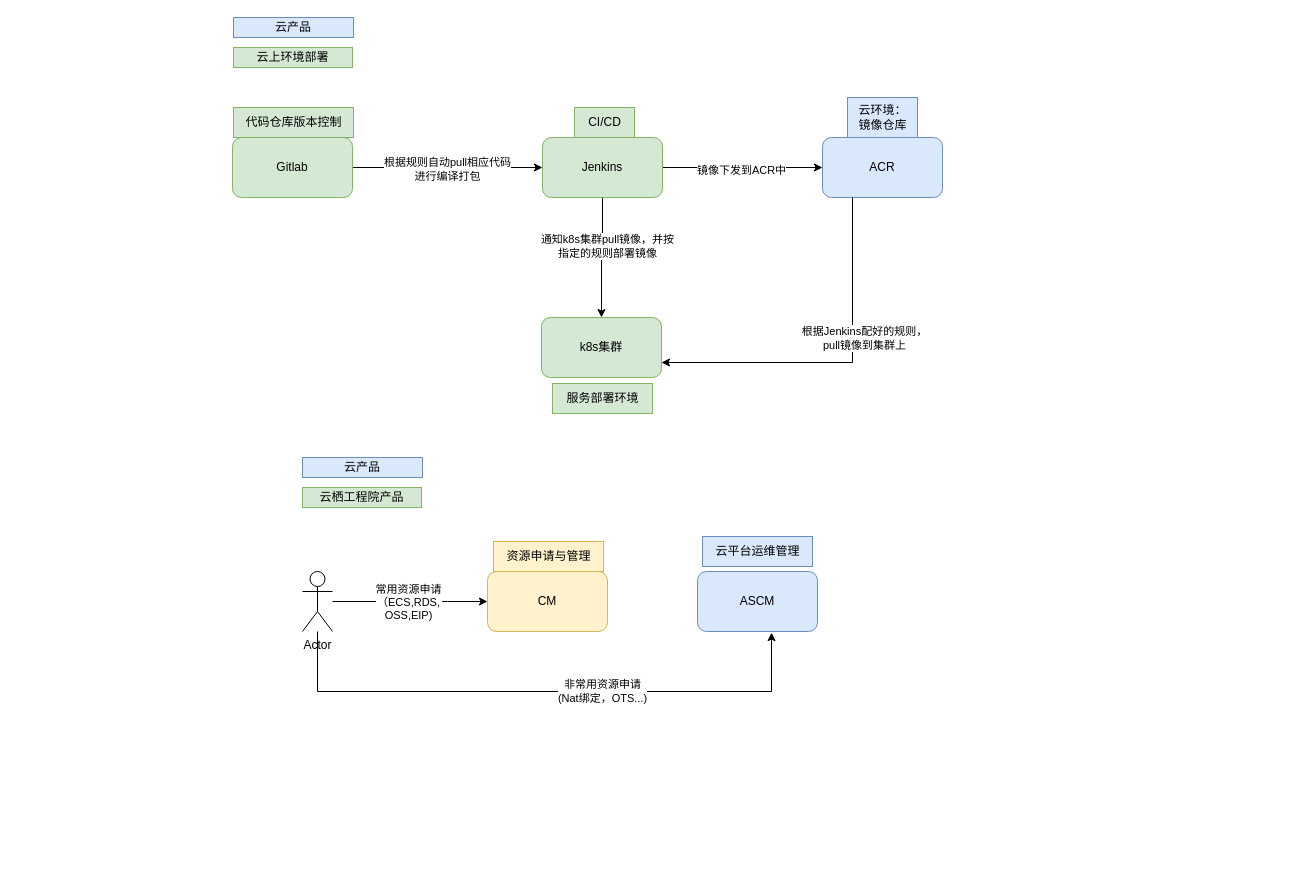
Above: 未命名绘图2.drawio in nieo2002/20K-cities (draw.io), before the change. Source tidied: cells renumbered, new cells numbered last; positions are measured from the earlier drawing's top-left corner, leaving out a move shared by most shapes. Both pictures are drawn from the tidied source at 100%, with x=0, y=0 at pixel (232, 17).
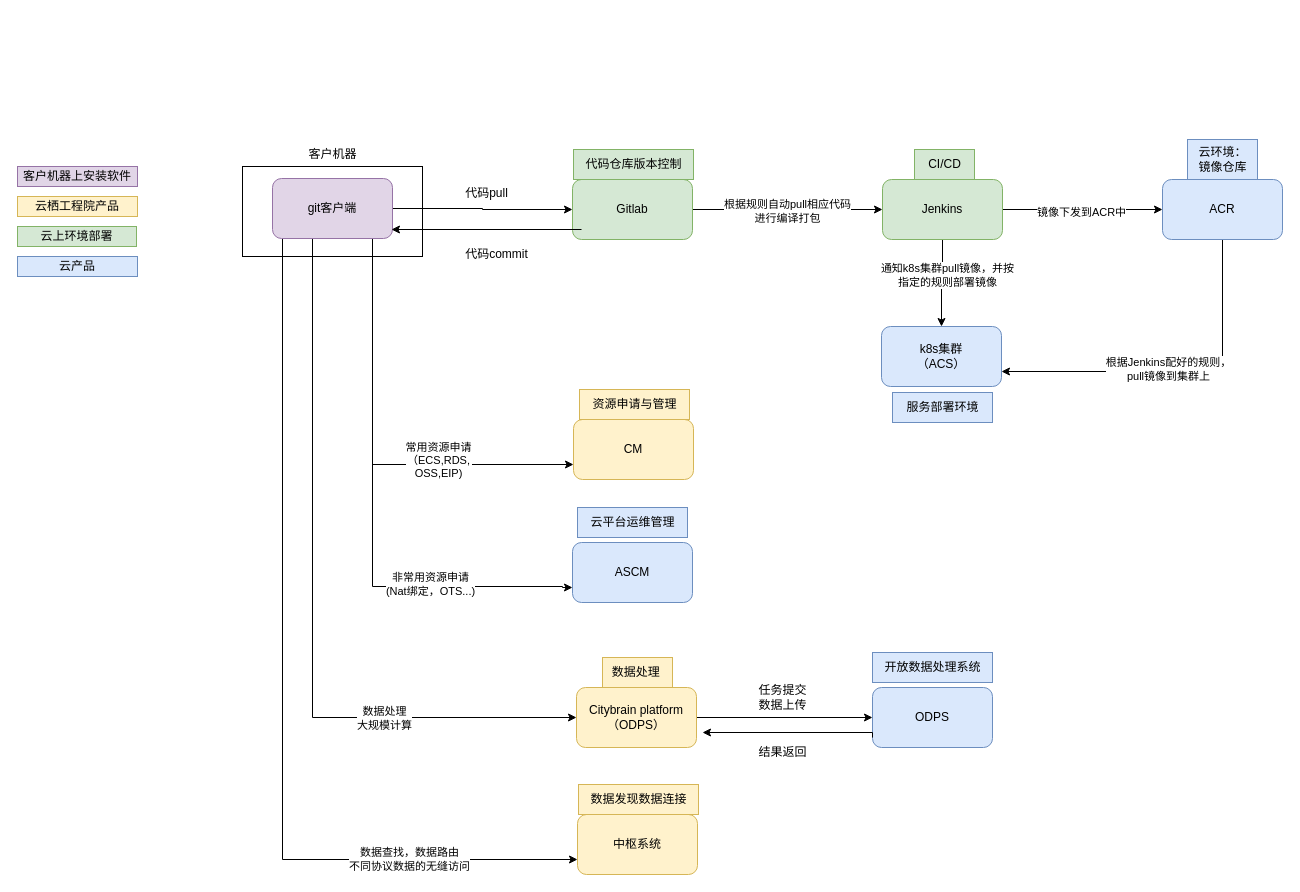
The same page after the edit.

Commit message:
更新未命名绘图2.drawio

The edit, as a diff of the source:
```diff
@@
+    <mxCell id="31" style="edgeStyle=orthogonalEdgeStyle;rounded=0;jettySize=auto;html=1;entryX=0;entryY=0.75;entryDx=0;entryDy=0;" parent="1" edge="1" source="32" target="20">
+      <mxGeometry relative="1" as="geometry">
+        <Array as="points">
+          <mxPoint x="140" y="447" />
+        </Array>
+      </mxGeometry>
+    </mxCell>
+    <mxCell id="25" value="常用资源申请&lt;br style=&quot;border-color: var(--border-color);&quot;&gt;（ECS,RDS,&lt;br style=&quot;border-color: var(--border-color);&quot;&gt;OSS,EIP)" style="edgeLabel;html=1;align=center;verticalAlign=middle;" parent="31" vertex="1">
+      <mxGeometry x="0.34" y="5" relative="1" as="geometry">
+        <mxPoint x="-1" as="offset" />
+      </mxGeometry>
+    </mxCell>
+    <mxCell id="32" style="rounded=0;whiteSpace=wrap;html=1;" parent="1" vertex="1">
+      <mxGeometry x="10" y="149" width="180" height="90" as="geometry" />
+    </mxCell>
@@
     <mxCell id="4" value="Gitlab" style="rounded=1;whiteSpace=wrap;html=1;fillColor=#d5e8d4;strokeColor=#82b366;" parent="1" vertex="1">
-      <mxGeometry y="120" width="120" height="60" as="geometry" />
+      <mxGeometry x="340" y="162" width="120" height="60" as="geometry" />
     </mxCell>
     <mxCell id="5" value="代码仓库版本控制" style="text;html=1;align=center;verticalAlign=middle;strokeColor=#82b366;fillColor=#d5e8d4;" parent="1" vertex="1">
-      <mxGeometry x="1" y="90" width="120" height="30" as="geometry" />
+      <mxGeometry x="341" y="132" width="120" height="30" as="geometry" />
     </mxCell>
@@
     <mxCell id="10" value="Jenkins" style="rounded=1;whiteSpace=wrap;html=1;fillColor=#d5e8d4;strokeColor=#82b366;" parent="1" vertex="1">
-      <mxGeometry x="310" y="120" width="120" height="60" as="geometry" />
+      <mxGeometry x="650" y="162" width="120" height="60" as="geometry" />
     </mxCell>
     <mxCell id="11" value="CI/CD" style="text;html=1;align=center;verticalAlign=middle;strokeColor=#82b366;fillColor=#d5e8d4;" parent="1" vertex="1">
-      <mxGeometry x="342" y="90" width="60" height="30" as="geometry" />
+      <mxGeometry x="682" y="132" width="60" height="30" as="geometry" />
     </mxCell>
+    <mxCell id="33" style="edgeStyle=orthogonalEdgeStyle;rounded=0;jettySize=auto;html=1;entryX=1;entryY=0.75;entryDx=0;entryDy=0;" parent="1" edge="1" source="12" target="16">
+      <mxGeometry relative="1" as="geometry">
+        <Array as="points">
+          <mxPoint x="990" y="354" />
+        </Array>
+      </mxGeometry>
+    </mxCell>
+    <mxCell id="14" value="根据Jenkins配好的规则，&lt;br style=&quot;border-color: var(--border-color);&quot;&gt;pull镜像到集群上" style="edgeLabel;html=1;align=center;verticalAlign=middle;" parent="33" vertex="1">
+      <mxGeometry x="0.06" y="-3" relative="1" as="geometry" />
+    </mxCell>
     <mxCell id="12" value="ACR" style="rounded=1;whiteSpace=wrap;html=1;fillColor=#dae8fc;strokeColor=#6c8ebf;" parent="1" vertex="1">
-      <mxGeometry x="590" y="120" width="120" height="60" as="geometry" />
+      <mxGeometry x="930" y="162" width="120" height="60" as="geometry" />
     </mxCell>
-    <mxCell id="13" style="edgeStyle=orthogonalEdgeStyle;rounded=0;jettySize=auto;html=1;entryX=1;entryY=0.75;entryDx=0;entryDy=0;" parent="1" edge="1" target="16">
-      <mxGeometry relative="1" as="geometry">
-        <mxPoint x="620" y="180" as="sourcePoint" />
-        <Array as="points">
-          <mxPoint x="620" y="345" />
-        </Array>
-      </mxGeometry>
-    </mxCell>
-    <mxCell id="14" value="根据Jenkins配好的规则，&lt;br&gt;pull镜像到集群上" style="edgeLabel;html=1;align=center;verticalAlign=middle;" parent="13" vertex="1">
-      <mxGeometry x="0.2" y="3" relative="1" as="geometry">
-        <mxPoint x="60" y="-28" as="offset" />
-      </mxGeometry>
-    </mxCell>
     <mxCell id="15" value="云环境：&lt;br&gt;镜像仓库" style="text;html=1;align=center;verticalAlign=middle;strokeColor=#6c8ebf;fillColor=#dae8fc;" parent="1" vertex="1">
-      <mxGeometry x="615" y="80" width="70" height="40" as="geometry" />
+      <mxGeometry x="955" y="122" width="70" height="40" as="geometry" />
     </mxCell>
-    <mxCell id="16" value="k8s集群" style="rounded=1;whiteSpace=wrap;html=1;fillColor=#d5e8d4;strokeColor=#82b366;" parent="1" vertex="1">
-      <mxGeometry x="309" y="300" width="120" height="60" as="geometry" />
+    <mxCell id="16" value="k8s集群&lt;br&gt;（ACS）" style="rounded=1;whiteSpace=wrap;html=1;fillColor=#dae8fc;strokeColor=#6c8ebf;" parent="1" vertex="1">
+      <mxGeometry x="649" y="309" width="120" height="60" as="geometry" />
     </mxCell>
-    <mxCell id="17" value="服务部署环境" style="text;html=1;align=center;verticalAlign=middle;strokeColor=#82b366;fillColor=#d5e8d4;" parent="1" vertex="1">
-      <mxGeometry x="320" y="366" width="100" height="30" as="geometry" />
+    <mxCell id="17" value="服务部署环境" style="text;html=1;align=center;verticalAlign=middle;strokeColor=#6c8ebf;fillColor=#dae8fc;" parent="1" vertex="1">
+      <mxGeometry x="660" y="375" width="100" height="30" as="geometry" />
     </mxCell>
     <mxCell id="18" value="云产品" style="rounded=0;whiteSpace=wrap;html=1;fillColor=#dae8fc;strokeColor=#6c8ebf;" parent="1" vertex="1">
-      <mxGeometry x="1" width="120" height="20" as="geometry" />
+      <mxGeometry x="-215" y="239" width="120" height="20" as="geometry" />
     </mxCell>
     <mxCell id="19" value="云上环境部署" style="rounded=0;whiteSpace=wrap;html=1;fillColor=#d5e8d4;strokeColor=#82b366;" parent="1" vertex="1">
-      <mxGeometry x="1" y="30" width="119" height="20" as="geometry" />
+      <mxGeometry x="-215" y="209" width="119" height="20" as="geometry" />
     </mxCell>
     <mxCell id="20" value="CM" style="rounded=1;whiteSpace=wrap;html=1;fillColor=#fff2cc;strokeColor=#d6b656;" parent="1" vertex="1">
-      <mxGeometry x="255" y="554" width="120" height="60" as="geometry" />
+      <mxGeometry x="341" y="402" width="120" height="60" as="geometry" />
     </mxCell>
     <mxCell id="21" value="资源申请与管理" style="text;html=1;align=center;verticalAlign=middle;strokeColor=#d6b656;fillColor=#fff2cc;" parent="1" vertex="1">
-      <mxGeometry x="261" y="524" width="110" height="30" as="geometry" />
+      <mxGeometry x="347" y="372" width="110" height="30" as="geometry" />
     </mxCell>
     <mxCell id="22" value="ASCM" style="rounded=1;whiteSpace=wrap;html=1;fillColor=#dae8fc;strokeColor=#6c8ebf;" parent="1" vertex="1">
-      <mxGeometry x="465" y="554" width="120" height="60" as="geometry" />
+      <mxGeometry x="340" y="525" width="120" height="60" as="geometry" />
     </mxCell>
     <mxCell id="23" value="云平台运维管理" style="text;html=1;align=center;verticalAlign=middle;strokeColor=#6c8ebf;fillColor=#dae8fc;" parent="1" vertex="1">
-      <mxGeometry x="470" y="519" width="110" height="30" as="geometry" />
+      <mxGeometry x="345" y="490" width="110" height="30" as="geometry" />
     </mxCell>
-    <mxCell id="24" style="edgeStyle=orthogonalEdgeStyle;rounded=0;jettySize=auto;html=1;entryX=0;entryY=0.5;entryDx=0;entryDy=0;" parent="1" edge="1" source="26" target="20">
-      <mxGeometry relative="1" as="geometry">
-        <Array as="points">
-          <mxPoint x="215" y="584" />
-          <mxPoint x="215" y="584" />
-        </Array>
-      </mxGeometry>
-    </mxCell>
-    <mxCell id="25" value="常用资源申请&lt;br&gt;（ECS,RDS,&lt;br&gt;OSS,EIP)" style="edgeLabel;html=1;align=center;verticalAlign=middle;" parent="24" vertex="1">
-      <mxGeometry x="-0.24" y="1" relative="1" as="geometry">
-        <mxPoint x="16" y="1" as="offset" />
-      </mxGeometry>
-    </mxCell>
-    <mxCell id="26" value="Actor" style="shape=umlActor;verticalLabelPosition=bottom;verticalAlign=top;html=1;outlineConnect=0;" parent="1" vertex="1">
-      <mxGeometry x="70" y="554" width="30" height="60" as="geometry" />
-    </mxCell>
-    <mxCell id="27" style="edgeStyle=orthogonalEdgeStyle;rounded=0;jettySize=auto;html=1;entryX=0.617;entryY=1.019;entryDx=0;entryDy=0;entryPerimeter=0;" parent="1" edge="1" source="26" target="22">
-      <mxGeometry relative="1" as="geometry">
-        <Array as="points">
-          <mxPoint x="85" y="674" />
-          <mxPoint x="539" y="674" />
-        </Array>
-      </mxGeometry>
-    </mxCell>
+    <mxCell id="34" style="edgeStyle=orthogonalEdgeStyle;rounded=0;jettySize=auto;html=1;entryX=0;entryY=0.5;entryDx=0;entryDy=0;" parent="1" edge="1" source="40" target="4">
+      <mxGeometry relative="1" as="geometry" />
+    </mxCell>
+    <mxCell id="35" style="edgeStyle=orthogonalEdgeStyle;rounded=0;jettySize=auto;html=1;entryX=0;entryY=0.75;entryDx=0;entryDy=0;" parent="1" edge="1" source="40" target="22">
+      <mxGeometry relative="1" as="geometry">
+        <Array as="points">
+          <mxPoint x="140" y="569" />
+          <mxPoint x="330" y="569" />
+        </Array>
+      </mxGeometry>
+    </mxCell>
-    <mxCell id="28" value="非常用资源申请&lt;br&gt;(Nat绑定，OTS...)" style="edgeLabel;html=1;align=center;verticalAlign=middle;" parent="27" vertex="1">
-      <mxGeometry x="0.2" y="1" relative="1" as="geometry" />
+    <mxCell id="28" value="非常用资源申请&lt;br style=&quot;border-color: var(--border-color);&quot;&gt;(Nat绑定，OTS...)" style="edgeLabel;html=1;align=center;verticalAlign=middle;" parent="35" vertex="1">
+      <mxGeometry x="0.48" y="3" relative="1" as="geometry">
+        <mxPoint x="-1" as="offset" />
+      </mxGeometry>
     </mxCell>
-    <mxCell id="29" value="云产品" style="rounded=0;whiteSpace=wrap;html=1;fillColor=#dae8fc;strokeColor=#6c8ebf;" parent="1" vertex="1">
-      <mxGeometry x="70" y="440" width="120" height="20" as="geometry" />
-    </mxCell>
+    <mxCell id="36" style="edgeStyle=orthogonalEdgeStyle;rounded=0;jettySize=auto;html=1;entryX=0;entryY=0.5;entryDx=0;entryDy=0;" parent="1" edge="1" source="40" target="47">
+      <mxGeometry relative="1" as="geometry">
+        <Array as="points">
+          <mxPoint x="80" y="700" />
+        </Array>
+      </mxGeometry>
+    </mxCell>
+    <mxCell id="37" value="数据处理&lt;br&gt;大规模计算" style="edgeLabel;html=1;align=center;verticalAlign=middle;" parent="36" vertex="1">
+      <mxGeometry x="0.48" relative="1" as="geometry" />
+    </mxCell>
+    <mxCell id="38" style="edgeStyle=orthogonalEdgeStyle;rounded=0;jettySize=auto;html=1;entryX=0;entryY=0.75;entryDx=0;entryDy=0;" parent="1" edge="1" source="40" target="49">
+      <mxGeometry relative="1" as="geometry">
+        <Array as="points">
+          <mxPoint x="50" y="842" />
+        </Array>
+      </mxGeometry>
+    </mxCell>
+    <mxCell id="39" value="数据查找，数据路由&lt;br&gt;不同协议数据的无缝访问" style="edgeLabel;html=1;align=center;verticalAlign=middle;" parent="38" vertex="1">
+      <mxGeometry x="0.63" y="1" relative="1" as="geometry" />
+    </mxCell>
+    <mxCell id="40" value="git客户端" style="rounded=1;whiteSpace=wrap;html=1;fillColor=#e1d5e7;strokeColor=#9673a6;" parent="1" vertex="1">
+      <mxGeometry x="40" y="161" width="120" height="60" as="geometry" />
+    </mxCell>
+    <mxCell id="41" value="客户机器" style="text;html=1;align=center;verticalAlign=middle;strokeColor=none;fillColor=none;" parent="1" vertex="1">
+      <mxGeometry x="65" y="122" width="70" height="30" as="geometry" />
+    </mxCell>
+    <mxCell id="42" value="代码pull" style="text;html=1;align=center;verticalAlign=middle;strokeColor=none;fillColor=none;" parent="1" vertex="1">
+      <mxGeometry x="219" y="161" width="70" height="30" as="geometry" />
+    </mxCell>
+    <mxCell id="43" value="代码commit" style="text;html=1;align=center;verticalAlign=middle;strokeColor=none;fillColor=none;" parent="1" vertex="1">
+      <mxGeometry x="219" y="222" width="90" height="30" as="geometry" />
+    </mxCell>
+    <mxCell id="44" style="edgeStyle=orthogonalEdgeStyle;rounded=0;orthogonalLoop=1;jettySize=auto;html=1;" parent="1" edge="1">
+      <mxGeometry relative="1" as="geometry">
+        <mxPoint x="349" y="212" as="sourcePoint" />
+        <mxPoint x="159" y="212" as="targetPoint" />
+      </mxGeometry>
+    </mxCell>
-    <mxCell id="30" value="云栖工程院产品" style="rounded=0;whiteSpace=wrap;html=1;fillColor=#d5e8d4;strokeColor=#82b366;" parent="1" vertex="1">
-      <mxGeometry x="70" y="470" width="119" height="20" as="geometry" />
+    <mxCell id="30" value="云栖工程院产品" style="rounded=0;whiteSpace=wrap;html=1;fillColor=#fff2cc;strokeColor=#d6b656;" parent="1" vertex="1">
+      <mxGeometry x="-215" y="179" width="120" height="20" as="geometry" />
     </mxCell>
+    <mxCell id="45" value="客户机器上安装软件" style="rounded=0;whiteSpace=wrap;html=1;fillColor=#e1d5e7;strokeColor=#9673a6;" parent="1" vertex="1">
+      <mxGeometry x="-215" y="149" width="120" height="20" as="geometry" />
+    </mxCell>
+    <mxCell id="46" style="edgeStyle=orthogonalEdgeStyle;rounded=0;jettySize=auto;html=1;entryX=0;entryY=0.5;entryDx=0;entryDy=0;" parent="1" edge="1" source="47" target="51">
+      <mxGeometry relative="1" as="geometry" />
+    </mxCell>
+    <mxCell id="47" value="Citybrain platform&lt;br&gt;（ODPS）" style="rounded=1;whiteSpace=wrap;html=1;fillColor=#fff2cc;strokeColor=#d6b656;" parent="1" vertex="1">
+      <mxGeometry x="344" y="670" width="120" height="60" as="geometry" />
+    </mxCell>
+    <mxCell id="48" value="数据处理&amp;nbsp;" style="text;html=1;align=center;verticalAlign=middle;strokeColor=#d6b656;fillColor=#fff2cc;" parent="1" vertex="1">
+      <mxGeometry x="370" y="640" width="70" height="30" as="geometry" />
+    </mxCell>
+    <mxCell id="49" value="中枢系统" style="rounded=1;whiteSpace=wrap;html=1;fillColor=#fff2cc;strokeColor=#d6b656;" parent="1" vertex="1">
+      <mxGeometry x="345" y="797" width="120" height="60" as="geometry" />
+    </mxCell>
+    <mxCell id="50" value="数据发现数据连接" style="text;html=1;align=center;verticalAlign=middle;strokeColor=#d6b656;fillColor=#fff2cc;" parent="1" vertex="1">
+      <mxGeometry x="346" y="767" width="120" height="30" as="geometry" />
+    </mxCell>
+    <mxCell id="51" value="ODPS" style="rounded=1;whiteSpace=wrap;html=1;fillColor=#dae8fc;strokeColor=#6c8ebf;" parent="1" vertex="1">
+      <mxGeometry x="640" y="670" width="120" height="60" as="geometry" />
+    </mxCell>
+    <mxCell id="52" value="开放数据处理系统" style="text;html=1;align=center;verticalAlign=middle;strokeColor=#6c8ebf;fillColor=#dae8fc;" parent="1" vertex="1">
+      <mxGeometry x="640" y="635" width="120" height="30" as="geometry" />
+    </mxCell>
+    <mxCell id="53" value="任务提交&lt;br&gt;数据上传" style="text;html=1;align=center;verticalAlign=middle;strokeColor=none;fillColor=none;" parent="1" vertex="1">
+      <mxGeometry x="515" y="660" width="70" height="40" as="geometry" />
+    </mxCell>
+    <mxCell id="54" value="结果返回" style="text;html=1;align=center;verticalAlign=middle;strokeColor=none;fillColor=none;" parent="1" vertex="1">
+      <mxGeometry x="515" y="720" width="70" height="30" as="geometry" />
+    </mxCell>
+    <mxCell id="55" style="edgeStyle=orthogonalEdgeStyle;rounded=0;orthogonalLoop=1;jettySize=auto;html=1;exitX=0;exitY=0.75;exitDx=0;exitDy=0;" parent="1" edge="1">
+      <mxGeometry relative="1" as="geometry">
+        <mxPoint x="640" y="720" as="sourcePoint" />
+        <mxPoint x="470" y="715" as="targetPoint" />
+        <Array as="points">
+          <mxPoint x="640" y="715" />
+        </Array>
+      </mxGeometry>
+    </mxCell>
```
